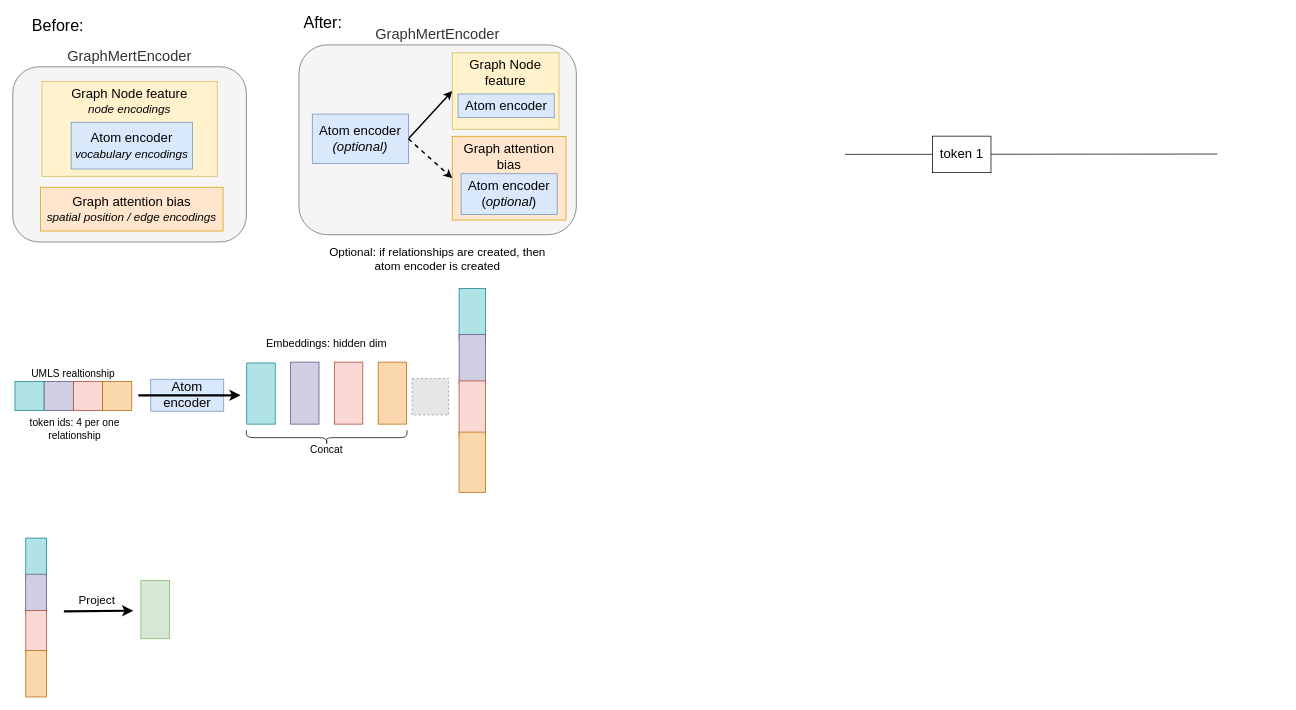
The draw.io diagram page "Page-1" (1 of 2) of presentations/Untitled Diagram.drawio in across-stars/draw.io, before the edit. Source tidied: cells renumbered, new cells numbered last; positions are measured from the earlier drawing's top-left corner, leaving out a move shared by most shapes. Both pictures are drawn from the tidied source at 73%, with x=0, y=0 at pixel (12, 12). Pictures stored in the file or linked from it are replaced by grey dashed boxes.
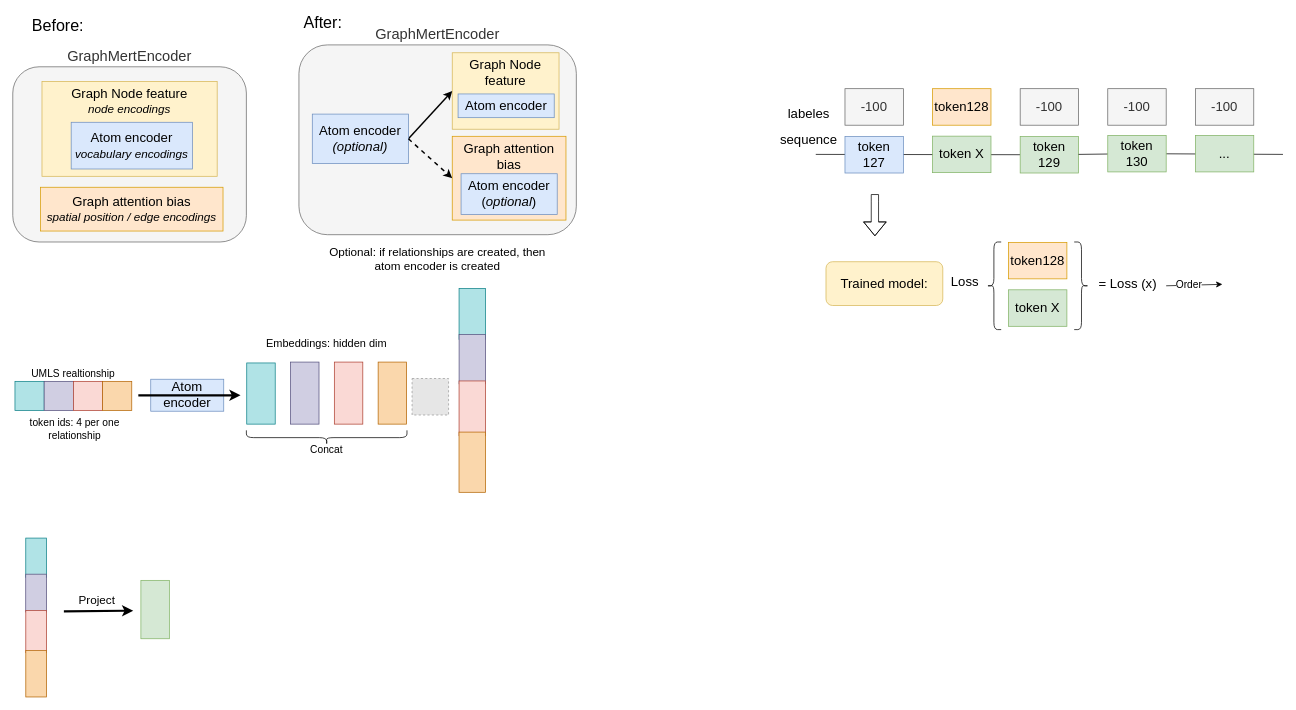
The same page after the edit.

Change to the diagram source:
```diff
@@
-    <mxCell id="49" style="endArrow=none;html=1;rounded=0;" parent="1" edge="1">
+    <mxCell id="49" style="endArrow=none;html=1;rounded=0;" parent="1" edge="1" source="54">
       <mxGeometry relative="1" as="geometry">
-        <mxPoint x="1140" y="194" as="sourcePoint" />
-        <mxPoint x="1650" y="193.5" as="targetPoint" />
+        <mxPoint x="1740" y="194" as="targetPoint" />
       </mxGeometry>
     </mxCell>
+    <mxCell id="51" style="endArrow=none;html=1;rounded=0;" parent="1" edge="1" target="52">
+      <mxGeometry relative="1" as="geometry">
+        <mxPoint x="1100" y="194" as="sourcePoint" />
+      </mxGeometry>
+    </mxCell>
+    <mxCell id="52" value="&lt;font style=&quot;font-size: 18px;&quot;&gt;token 129&lt;/font&gt;" style="rounded=0;whiteSpace=wrap;html=1;fillColor=#d5e8d4;strokeColor=#82b366;" parent="1" vertex="1">
+      <mxGeometry x="1380" y="169.5" width="80" height="50" as="geometry" />
+    </mxCell>
-    <mxCell id="50" value="&lt;font style=&quot;font-size: 18px;&quot;&gt;token 1&lt;/font&gt;" style="rounded=0;whiteSpace=wrap;html=1;" parent="1" vertex="1">
+    <mxCell id="50" value="&lt;font style=&quot;font-size: 18px;&quot;&gt;token X&lt;/font&gt;" style="rounded=0;whiteSpace=wrap;html=1;fillColor=#d5e8d4;strokeColor=#82b366;" parent="1" vertex="1">
       <mxGeometry x="1260" y="169" width="80" height="50" as="geometry" />
     </mxCell>
+    <mxCell id="53" style="endArrow=none;html=1;rounded=0;" parent="1" edge="1" source="52" target="54">
+      <mxGeometry relative="1" as="geometry" />
+    </mxCell>
+    <mxCell id="54" value="&lt;font style=&quot;font-size: 18px;&quot;&gt;token 130&lt;/font&gt;" style="rounded=0;whiteSpace=wrap;html=1;fillColor=#d5e8d4;strokeColor=#82b366;" parent="1" vertex="1">
+      <mxGeometry x="1500" y="168" width="80" height="50" as="geometry" />
+    </mxCell>
+    <mxCell id="55" value="&lt;font size=&quot;4&quot;&gt;...&lt;/font&gt;" style="rounded=0;whiteSpace=wrap;html=1;fillColor=#d5e8d4;strokeColor=#82b366;" parent="1" vertex="1">
+      <mxGeometry x="1620" y="168" width="80" height="50" as="geometry" />
+    </mxCell>
+    <mxCell id="56" value="&lt;font style=&quot;font-size: 18px;&quot;&gt;-100&lt;/font&gt;" style="rounded=0;whiteSpace=wrap;html=1;fillColor=#f5f5f5;fontColor=#333333;strokeColor=#666666;" parent="1" vertex="1">
+      <mxGeometry x="1380" y="104" width="80" height="50" as="geometry" />
+    </mxCell>
+    <mxCell id="57" value="&lt;font style=&quot;font-size: 18px;&quot;&gt;token128&lt;/font&gt;" style="rounded=0;whiteSpace=wrap;html=1;fillColor=#ffe6cc;strokeColor=#d79b00;" parent="1" vertex="1">
+      <mxGeometry x="1260" y="104" width="80" height="50" as="geometry" />
+    </mxCell>
+    <mxCell id="58" value="&lt;font style=&quot;font-size: 18px;&quot;&gt;-100&lt;/font&gt;" style="rounded=0;whiteSpace=wrap;html=1;fillColor=#f5f5f5;fontColor=#333333;strokeColor=#666666;" parent="1" vertex="1">
+      <mxGeometry x="1500" y="104" width="80" height="50" as="geometry" />
+    </mxCell>
+    <mxCell id="59" value="&lt;font style=&quot;font-size: 18px;&quot;&gt;-100&lt;/font&gt;" style="rounded=0;whiteSpace=wrap;html=1;fillColor=#f5f5f5;fontColor=#333333;strokeColor=#666666;" parent="1" vertex="1">
+      <mxGeometry x="1620" y="104" width="80" height="50" as="geometry" />
+    </mxCell>
+    <mxCell id="60" value="&lt;font style=&quot;font-size: 18px;&quot;&gt;token 127&lt;/font&gt;" style="rounded=0;whiteSpace=wrap;html=1;fillColor=#dae8fc;strokeColor=#6c8ebf;" parent="1" vertex="1">
+      <mxGeometry x="1140" y="169.5" width="80" height="50" as="geometry" />
+    </mxCell>
+    <mxCell id="61" value="&lt;font style=&quot;font-size: 18px;&quot;&gt;-100&lt;/font&gt;" style="rounded=0;whiteSpace=wrap;html=1;fillColor=#f5f5f5;fontColor=#333333;strokeColor=#666666;" parent="1" vertex="1">
+      <mxGeometry x="1140" y="104" width="80" height="50" as="geometry" />
+    </mxCell>
+    <mxCell id="62" value="&lt;font style=&quot;font-size: 18px;&quot;&gt;labeles&lt;/font&gt;" style="text;html=1;align=center;verticalAlign=middle;strokeColor=none;fillColor=none;" parent="1" vertex="1">
+      <mxGeometry x="1050" y="124" width="80" height="30" as="geometry" />
+    </mxCell>
+    <mxCell id="63" value="&lt;font style=&quot;font-size: 18px;&quot;&gt;sequence&lt;/font&gt;" style="text;html=1;align=center;verticalAlign=middle;strokeColor=none;fillColor=none;" parent="1" vertex="1">
+      <mxGeometry x="1040" y="159" width="100" height="30" as="geometry" />
+    </mxCell>
+    <mxCell id="64" value="&lt;font style=&quot;font-size: 18px;&quot;&gt;Trained model:&lt;/font&gt;" style="rounded=1;whiteSpace=wrap;html=1;fillColor=#fff2cc;strokeColor=#d6b656;" parent="1" vertex="1">
+      <mxGeometry x="1114" y="341" width="160" height="60" as="geometry" />
+    </mxCell>
+    <mxCell id="65" style="shape=flexArrow;endArrow=classic;html=1;rounded=0;" parent="1" edge="1">
+      <mxGeometry relative="1" as="geometry">
+        <mxPoint x="1181" y="248.5" as="sourcePoint" />
+        <mxPoint x="1181" y="306" as="targetPoint" />
+        <Array as="points">
+          <mxPoint x="1181" y="258" />
+        </Array>
+      </mxGeometry>
+    </mxCell>
+    <mxCell id="66" style="shape=curlyBracket;whiteSpace=wrap;html=1;rounded=1;labelPosition=left;verticalLabelPosition=middle;align=right;verticalAlign=middle;" parent="1" vertex="1">
+      <mxGeometry x="1334" y="314" width="20" height="120" as="geometry" />
+    </mxCell>
+    <mxCell id="67" style="shape=curlyBracket;whiteSpace=wrap;html=1;rounded=1;flipH=1;labelPosition=right;verticalLabelPosition=middle;align=left;verticalAlign=middle;" parent="1" vertex="1">
+      <mxGeometry x="1454" y="314" width="20" height="120" as="geometry" />
+    </mxCell>
+    <mxCell id="68" value="&lt;font style=&quot;font-size: 18px;&quot;&gt;Loss&lt;/font&gt;" style="text;html=1;align=center;verticalAlign=middle;strokeColor=none;fillColor=none;" parent="1" vertex="1">
+      <mxGeometry x="1274" y="354" width="60" height="30" as="geometry" />
+    </mxCell>
+    <mxCell id="69" value="&lt;font style=&quot;font-size: 18px;&quot;&gt;= Loss (x)&lt;/font&gt;" style="text;html=1;align=center;verticalAlign=middle;strokeColor=none;fillColor=none;" parent="1" vertex="1">
+      <mxGeometry x="1477" y="356" width="100" height="30" as="geometry" />
+    </mxCell>
+    <mxCell id="70" value="&lt;font style=&quot;font-size: 18px;&quot;&gt;token X&lt;/font&gt;" style="rounded=0;whiteSpace=wrap;html=1;fillColor=#d5e8d4;strokeColor=#82b366;" parent="1" vertex="1">
+      <mxGeometry x="1364" y="379.5" width="80" height="50" as="geometry" />
+    </mxCell>
+    <mxCell id="71" value="&lt;font style=&quot;font-size: 18px;&quot;&gt;token128&lt;/font&gt;" style="rounded=0;whiteSpace=wrap;html=1;fillColor=#ffe6cc;strokeColor=#d79b00;" parent="1" vertex="1">
+      <mxGeometry x="1364" y="314.5" width="80" height="50" as="geometry" />
+    </mxCell>
+    <mxCell id="72" style="endArrow=classic;html=1;rounded=0;" parent="1" edge="1">
+      <mxGeometry relative="1" as="geometry">
+        <mxPoint x="1580" y="374" as="sourcePoint" />
+        <mxPoint x="1657" y="372" as="targetPoint" />
+      </mxGeometry>
+    </mxCell>
+    <mxCell id="73" value="&lt;font style=&quot;font-size: 14px;&quot;&gt;Order&lt;/font&gt;" style="edgeLabel;html=1;align=center;verticalAlign=middle;" parent="72" vertex="1">
+      <mxGeometry x="-0.2" y="2" relative="1" as="geometry" />
+    </mxCell>
```
